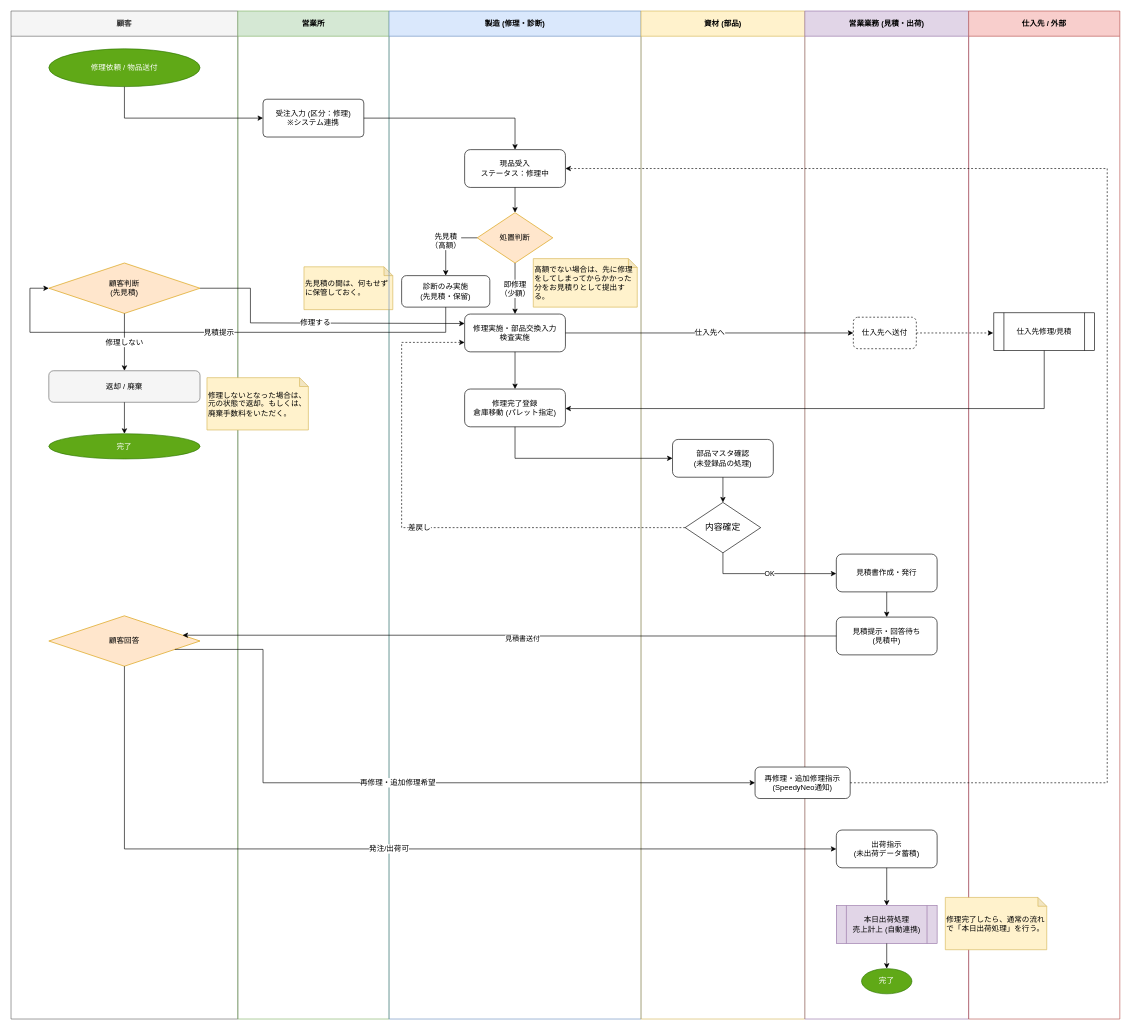
tmiyakawa-tsp/drawio-swimlane-flowchart keeps this draw.io diagram as skill/assets/example_swimlane.drawio. Above is the earlier version. Source tidied: cells renumbered, new cells numbered last; positions are measured from the earlier drawing's top-left corner, leaving out a move shared by most shapes. Both pictures are drawn from the tidied source at 63%, with x=0, y=0 at pixel (11, 11).
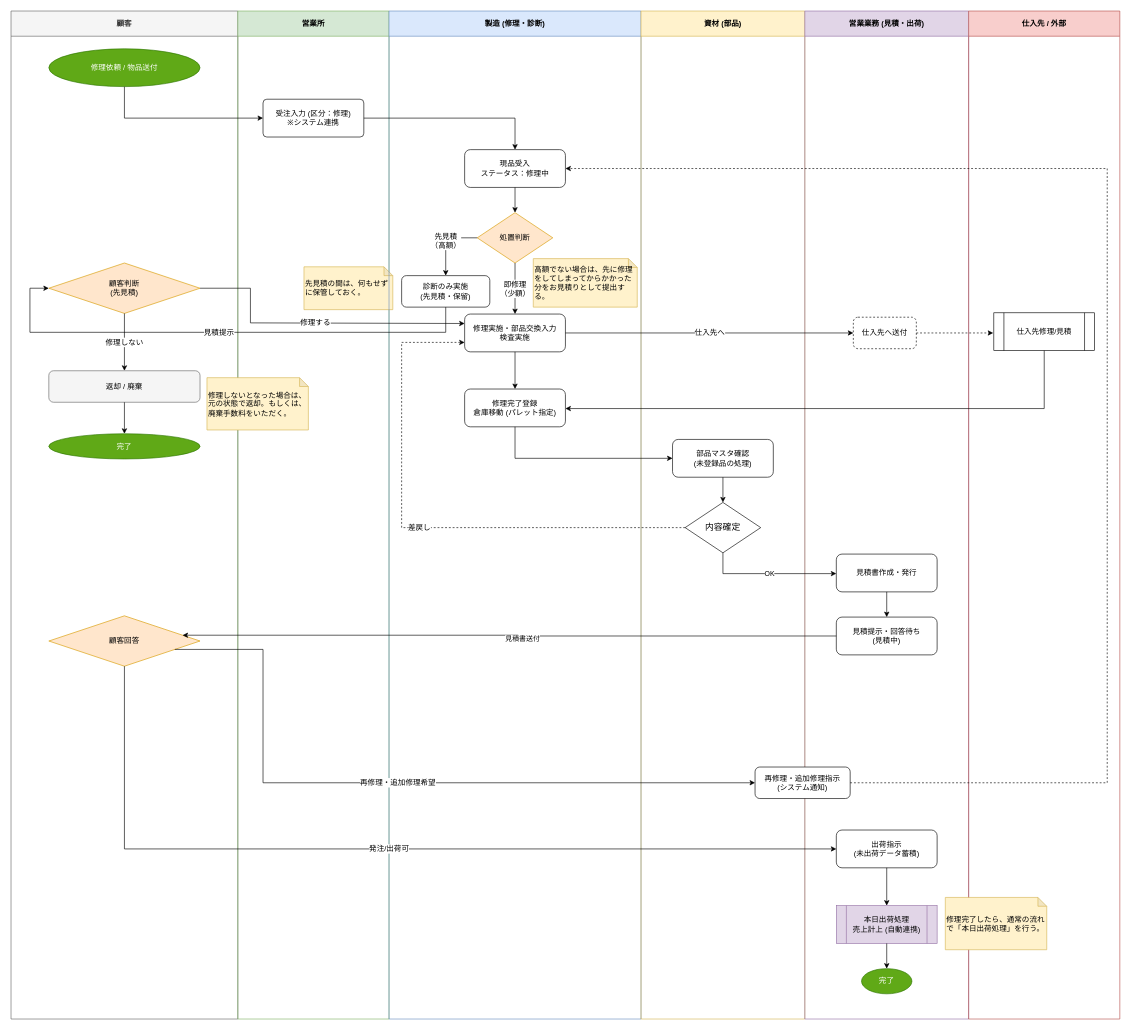
After the change.

Commit message (it also covers changes not shown here):
chore: remove product-specific references for public release

The change refers to these unchanged cells:
```xml
<mxCell id="22" value="営業業務 (見積・出荷)" style="swimlane;startSize=40;html=1;whiteSpace=wrap;fillColor=#e1d5e7;strokeColor=#9673a6;" parent="1" vertex="1">
  <mxGeometry x="1260" width="260" height="1600" as="geometry" />
</mxCell>
```

Diff of the diagram source:
```diff
@@
-    <mxCell id="25" value="再修理・追加修理指示&lt;br&gt;(SpeedyNeo通知)" style="rounded=1;whiteSpace=wrap;html=1;" parent="22" vertex="1">
+    <mxCell id="25" value="再修理・追加修理指示&lt;br&gt;(システム通知)" style="rounded=1;whiteSpace=wrap;html=1;" parent="22" vertex="1">
       <mxGeometry x="-79" y="1200" width="151" height="50" as="geometry" />
     </mxCell>
```
